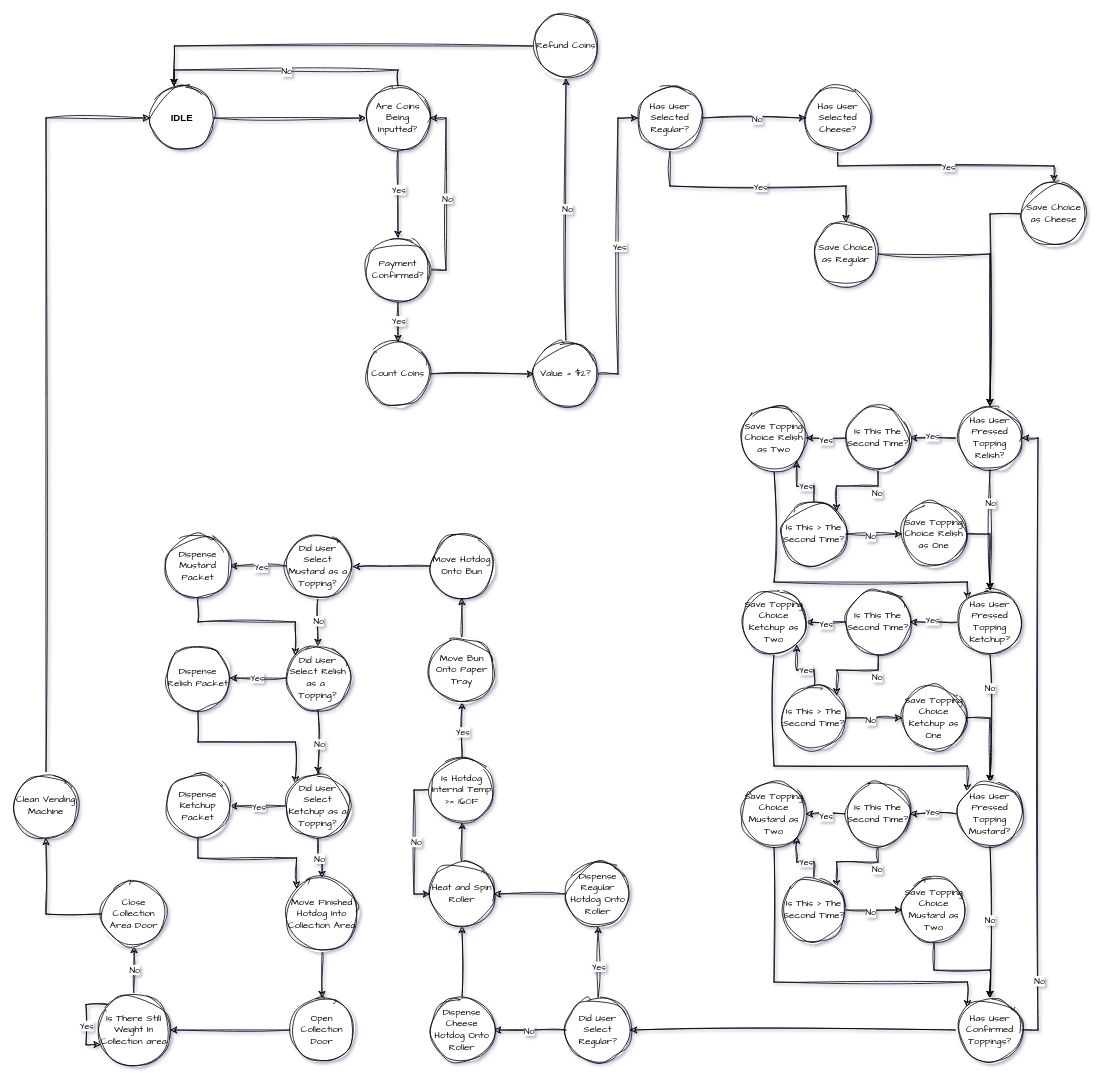
The draw.io diagram FSM.drawio in Hepodon/22204Phoenix, before the edit. Source tidied: cells renumbered, new cells numbered last; positions are measured from the earlier drawing's top-left corner, leaving out a move shared by most shapes. Both pictures are drawn from the tidied source at 80%, with x=0, y=0 at pixel (14, 14).
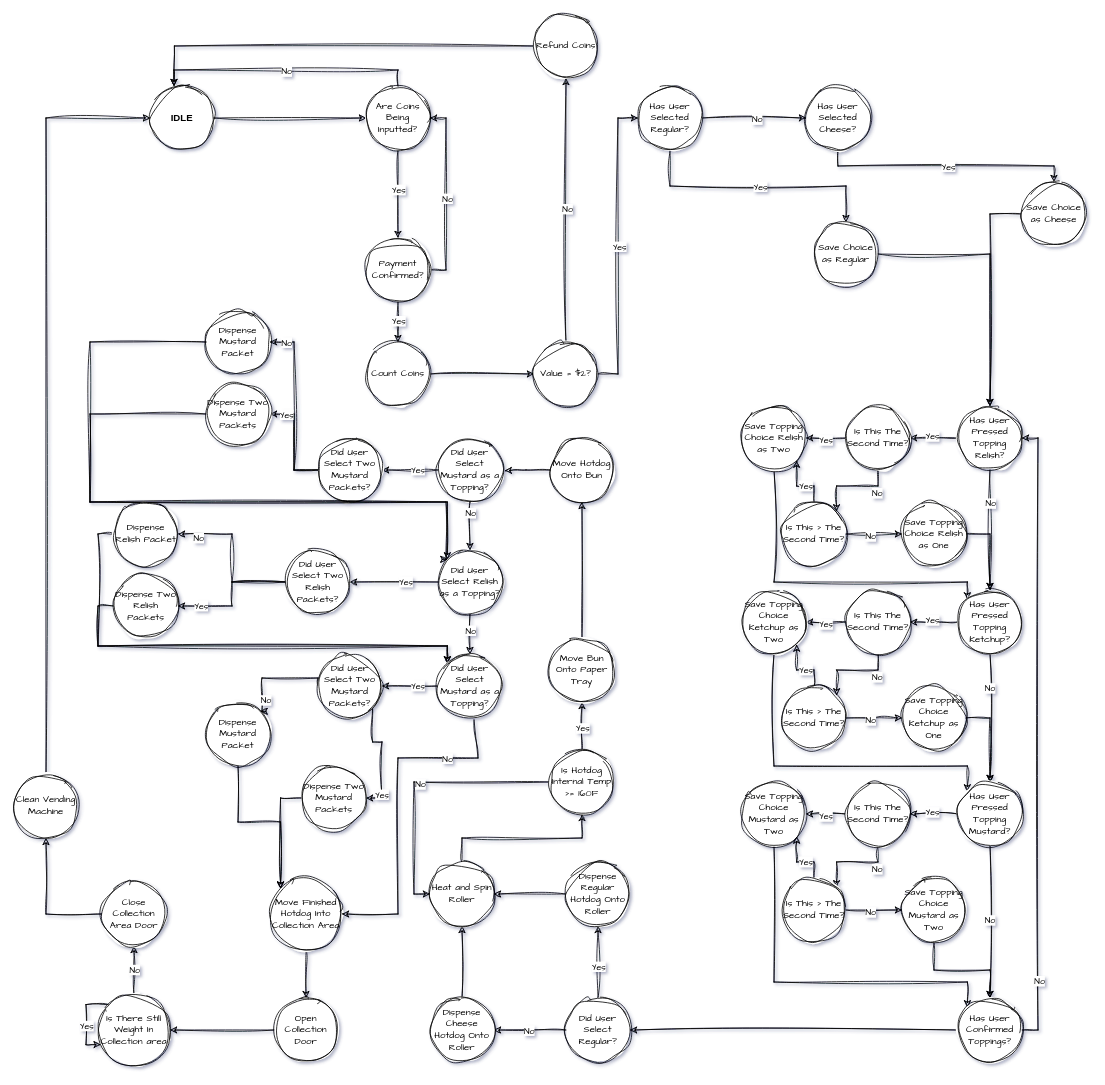
After the change.

What changed in the source:
```diff
@@
     <mxCell id="57" value="Is Hotdog Internal Temp &amp;gt;= 160F" style="ellipse;whiteSpace=wrap;html=1;sketch=1;hachureGap=4;jiggle=2;curveFitting=1;fontFamily=Architects Daughter;" parent="1" vertex="1">
-      <mxGeometry x="520" y="930" width="80" height="80" as="geometry" />
+      <mxGeometry x="670" y="920" width="80" height="80" as="geometry" />
     </mxCell>
@@
     <mxCell id="59" value="Move Bun Onto Paper Tray" style="ellipse;whiteSpace=wrap;html=1;sketch=1;hachureGap=4;jiggle=2;curveFitting=1;fontFamily=Architects Daughter;" parent="1" vertex="1">
-      <mxGeometry x="520" y="780" width="80" height="80" as="geometry" />
+      <mxGeometry x="670" y="780" width="80" height="80" as="geometry" />
     </mxCell>
     <mxCell id="60" value="Move Hotdog Onto Bun" style="ellipse;whiteSpace=wrap;html=1;sketch=1;hachureGap=4;jiggle=2;curveFitting=1;fontFamily=Architects Daughter;" parent="1" vertex="1">
-      <mxGeometry x="520" y="650" width="80" height="80" as="geometry" />
+      <mxGeometry x="670" y="530" width="80" height="80" as="geometry" />
     </mxCell>
-    <mxCell id="61" style="edgeStyle=orthogonalEdgeStyle;rounded=0;sketch=1;hachureGap=4;jiggle=2;curveFitting=1;jettySize=auto;html=1;exitX=0.5;exitY=1;exitDx=0;exitDy=0;fontFamily=Architects Daughter;" parent="1" edge="1" source="65" target="71">
-      <mxGeometry relative="1" as="geometry" />
-    </mxCell>
-    <mxCell id="62" value="No" style="edgeLabel;html=1;align=center;verticalAlign=middle;sketch=1;hachureGap=4;jiggle=2;curveFitting=1;fontFamily=Architects Daughter;" parent="61" vertex="1">
-      <mxGeometry x="-0.07" relative="1" as="geometry" />
-    </mxCell>
-    <mxCell id="63" style="edgeStyle=orthogonalEdgeStyle;rounded=0;sketch=1;hachureGap=4;jiggle=2;curveFitting=1;jettySize=auto;html=1;exitX=0;exitY=0.5;exitDx=0;exitDy=0;entryX=1;entryY=0.5;entryDx=0;entryDy=0;fontFamily=Architects Daughter;" parent="1" edge="1" source="65" target="73">
-      <mxGeometry relative="1" as="geometry" />
-    </mxCell>
-    <mxCell id="64" value="Yes" style="edgeLabel;html=1;align=center;verticalAlign=middle;sketch=1;hachureGap=4;jiggle=2;curveFitting=1;fontFamily=Architects Daughter;" parent="63" vertex="1">
-      <mxGeometry x="-0.1" y="1" relative="1" as="geometry" />
-    </mxCell>
+    <mxCell id="150" style="edgeStyle=orthogonalEdgeStyle;rounded=0;sketch=1;hachureGap=4;jiggle=2;curveFitting=1;jettySize=auto;html=1;exitX=0;exitY=0.5;exitDx=0;exitDy=0;entryX=1;entryY=0.5;entryDx=0;entryDy=0;fontFamily=Architects Daughter;" parent="1" edge="1" source="65" target="156">
+      <mxGeometry relative="1" as="geometry" />
+    </mxCell>
+    <mxCell id="151" value="Yes" style="edgeLabel;html=1;align=center;verticalAlign=middle;sketch=1;hachureGap=4;jiggle=2;curveFitting=1;fontFamily=Architects Daughter;" parent="150" vertex="1">
+      <mxGeometry x="-0.25" y="-1" relative="1" as="geometry" />
+    </mxCell>
     <mxCell id="65" value="Did User Select Mustard as a Topping?" style="ellipse;whiteSpace=wrap;html=1;sketch=1;hachureGap=4;jiggle=2;curveFitting=1;fontFamily=Architects Daughter;" parent="1" vertex="1">
-      <mxGeometry x="340" y="650" width="80" height="80" as="geometry" />
+      <mxGeometry x="530" y="530" width="80" height="80" as="geometry" />
     </mxCell>
@@
-    <mxCell id="67" style="edgeStyle=orthogonalEdgeStyle;rounded=0;sketch=1;hachureGap=4;jiggle=2;curveFitting=1;jettySize=auto;html=1;exitX=0.5;exitY=1;exitDx=0;exitDy=0;entryX=0.5;entryY=0;entryDx=0;entryDy=0;fontFamily=Architects Daughter;" parent="1" edge="1" source="71" target="80">
-      <mxGeometry relative="1" as="geometry" />
-    </mxCell>
-    <mxCell id="68" value="No" style="edgeLabel;html=1;align=center;verticalAlign=middle;sketch=1;hachureGap=4;jiggle=2;curveFitting=1;fontFamily=Architects Daughter;" parent="67" vertex="1">
-      <mxGeometry x="0.06" y="1" relative="1" as="geometry" />
-    </mxCell>
-    <mxCell id="69" style="edgeStyle=orthogonalEdgeStyle;rounded=0;sketch=1;hachureGap=4;jiggle=2;curveFitting=1;jettySize=auto;html=1;exitX=0;exitY=0.5;exitDx=0;exitDy=0;entryX=1;entryY=0.5;entryDx=0;entryDy=0;fontFamily=Architects Daughter;" parent="1" edge="1" source="71" target="75">
-      <mxGeometry relative="1" as="geometry" />
-    </mxCell>
-    <mxCell id="70" value="Yes" style="edgeLabel;html=1;align=center;verticalAlign=middle;sketch=1;hachureGap=4;jiggle=2;curveFitting=1;fontFamily=Architects Daughter;" parent="69" vertex="1">
-      <mxGeometry x="0.07" y="-1" relative="1" as="geometry" />
-    </mxCell>
-    <mxCell id="71" value="Did User Select Relish as a&amp;nbsp;&lt;div&gt;Topping?&lt;/div&gt;" style="ellipse;whiteSpace=wrap;html=1;sketch=1;hachureGap=4;jiggle=2;curveFitting=1;fontFamily=Architects Daughter;" parent="1" vertex="1">
-      <mxGeometry x="340" y="790" width="80" height="80" as="geometry" />
-    </mxCell>
-    <mxCell id="72" style="edgeStyle=orthogonalEdgeStyle;rounded=0;sketch=1;hachureGap=4;jiggle=2;curveFitting=1;jettySize=auto;html=1;exitX=0.5;exitY=1;exitDx=0;exitDy=0;entryX=0;entryY=0;entryDx=0;entryDy=0;fontFamily=Architects Daughter;" parent="1" edge="1" source="73" target="71">
-      <mxGeometry relative="1" as="geometry" />
-    </mxCell>
     <mxCell id="73" value="Dispense Mustard Packet" style="ellipse;whiteSpace=wrap;html=1;sketch=1;hachureGap=4;jiggle=2;curveFitting=1;fontFamily=Architects Daughter;" parent="1" vertex="1">
-      <mxGeometry x="190" y="650" width="80" height="80" as="geometry" />
+      <mxGeometry x="240" y="370" width="80" height="80" as="geometry" />
     </mxCell>
-    <mxCell id="74" style="edgeStyle=orthogonalEdgeStyle;rounded=0;sketch=1;hachureGap=4;jiggle=2;curveFitting=1;jettySize=auto;html=1;exitX=0.5;exitY=1;exitDx=0;exitDy=0;entryX=0;entryY=0;entryDx=0;entryDy=0;fontFamily=Architects Daughter;" parent="1" edge="1" source="75" target="80">
-      <mxGeometry relative="1" as="geometry" />
-    </mxCell>
-    <mxCell id="75" value="Dispense Relish Packet" style="ellipse;whiteSpace=wrap;html=1;sketch=1;hachureGap=4;jiggle=2;curveFitting=1;fontFamily=Architects Daughter;" parent="1" vertex="1">
-      <mxGeometry x="190" y="790" width="80" height="80" as="geometry" />
-    </mxCell>
-    <mxCell id="76" style="edgeStyle=orthogonalEdgeStyle;rounded=0;sketch=1;hachureGap=4;jiggle=2;curveFitting=1;jettySize=auto;html=1;exitX=0;exitY=0.5;exitDx=0;exitDy=0;entryX=1;entryY=0.5;entryDx=0;entryDy=0;fontFamily=Architects Daughter;" parent="1" edge="1" source="80" target="82">
-      <mxGeometry relative="1" as="geometry" />
-    </mxCell>
-    <mxCell id="77" value="Yes" style="edgeLabel;html=1;align=center;verticalAlign=middle;sketch=1;hachureGap=4;jiggle=2;curveFitting=1;fontFamily=Architects Daughter;" parent="76" vertex="1">
-      <mxGeometry relative="1" as="geometry" />
-    </mxCell>
-    <mxCell id="78" style="edgeStyle=orthogonalEdgeStyle;rounded=0;sketch=1;hachureGap=4;jiggle=2;curveFitting=1;jettySize=auto;html=1;exitX=0.5;exitY=1;exitDx=0;exitDy=0;entryX=0.5;entryY=0;entryDx=0;entryDy=0;fontFamily=Architects Daughter;" parent="1" edge="1" source="80" target="84">
-      <mxGeometry relative="1" as="geometry" />
-    </mxCell>
-    <mxCell id="79" value="No" style="edgeLabel;html=1;align=center;verticalAlign=middle;sketch=1;hachureGap=4;jiggle=2;curveFitting=1;fontFamily=Architects Daughter;" parent="78" vertex="1">
-      <mxGeometry x="-0.06" relative="1" as="geometry" />
-    </mxCell>
-    <mxCell id="80" value="Did User Select Ketchup as a Topping?" style="ellipse;whiteSpace=wrap;html=1;sketch=1;hachureGap=4;jiggle=2;curveFitting=1;fontFamily=Architects Daughter;" parent="1" vertex="1">
-      <mxGeometry x="340" y="950" width="80" height="80" as="geometry" />
-    </mxCell>
-    <mxCell id="81" style="edgeStyle=orthogonalEdgeStyle;rounded=0;sketch=1;hachureGap=4;jiggle=2;curveFitting=1;jettySize=auto;html=1;exitX=0.5;exitY=1;exitDx=0;exitDy=0;entryX=0;entryY=0;entryDx=0;entryDy=0;fontFamily=Architects Daughter;" parent="1" edge="1" source="82" target="84">
-      <mxGeometry relative="1" as="geometry" />
-    </mxCell>
-    <mxCell id="82" value="Dispense Ketchup Packet" style="ellipse;whiteSpace=wrap;html=1;sketch=1;hachureGap=4;jiggle=2;curveFitting=1;fontFamily=Architects Daughter;" parent="1" vertex="1">
-      <mxGeometry x="190" y="950" width="80" height="80" as="geometry" />
-    </mxCell>
@@
     <mxCell id="84" value="Move Finished Hotdog Into Collection Area" style="ellipse;whiteSpace=wrap;html=1;sketch=1;hachureGap=4;jiggle=2;curveFitting=1;fontFamily=Architects Daughter;" parent="1" vertex="1">
-      <mxGeometry x="340" y="1080" width="90" height="90" as="geometry" />
+      <mxGeometry x="320" y="1080" width="90" height="90" as="geometry" />
     </mxCell>
@@
     <mxCell id="86" value="Open Collection Door" style="ellipse;whiteSpace=wrap;html=1;sketch=1;hachureGap=4;jiggle=2;curveFitting=1;fontFamily=Architects Daughter;" parent="1" vertex="1">
-      <mxGeometry x="345" y="1230" width="80" height="80" as="geometry" />
+      <mxGeometry x="325" y="1230" width="80" height="80" as="geometry" />
     </mxCell>
@@
+    <mxCell id="152" style="edgeStyle=orthogonalEdgeStyle;rounded=0;sketch=1;hachureGap=4;jiggle=2;curveFitting=1;jettySize=auto;html=1;exitX=0;exitY=0.5;exitDx=0;exitDy=0;entryX=1;entryY=0.5;entryDx=0;entryDy=0;fontFamily=Architects Daughter;" parent="1" edge="1" source="156" target="73">
+      <mxGeometry relative="1" as="geometry" />
+    </mxCell>
+    <mxCell id="153" value="No" style="edgeLabel;html=1;align=center;verticalAlign=middle;sketch=1;hachureGap=4;jiggle=2;curveFitting=1;fontFamily=Architects Daughter;" parent="152" vertex="1">
+      <mxGeometry x="0.74" y="4" relative="1" as="geometry">
+        <mxPoint x="-9" y="-4" as="offset" />
+      </mxGeometry>
+    </mxCell>
+    <mxCell id="154" style="edgeStyle=orthogonalEdgeStyle;rounded=0;sketch=1;hachureGap=4;jiggle=2;curveFitting=1;jettySize=auto;html=1;exitX=0;exitY=0.5;exitDx=0;exitDy=0;entryX=1;entryY=0.5;entryDx=0;entryDy=0;fontFamily=Architects Daughter;" parent="1" edge="1" source="156" target="158">
+      <mxGeometry relative="1" as="geometry" />
+    </mxCell>
+    <mxCell id="155" value="Yes" style="edgeLabel;html=1;align=center;verticalAlign=middle;sketch=1;hachureGap=4;jiggle=2;curveFitting=1;fontFamily=Architects Daughter;" parent="154" vertex="1">
+      <mxGeometry x="0.66" y="-1" relative="1" as="geometry">
+        <mxPoint x="-2" y="1" as="offset" />
+      </mxGeometry>
+    </mxCell>
+    <mxCell id="156" value="Did User Select Two Mustard Packets?" style="ellipse;whiteSpace=wrap;html=1;sketch=1;hachureGap=4;jiggle=2;curveFitting=1;fontFamily=Architects Daughter;" parent="1" vertex="1">
+      <mxGeometry x="380" y="530" width="80" height="80" as="geometry" />
+    </mxCell>
+    <mxCell id="157" style="edgeStyle=orthogonalEdgeStyle;rounded=0;sketch=1;hachureGap=4;jiggle=2;curveFitting=1;jettySize=auto;html=1;exitX=0;exitY=0.5;exitDx=0;exitDy=0;fontFamily=Architects Daughter;entryX=0;entryY=0;entryDx=0;entryDy=0;" parent="1" edge="1" source="158" target="71">
+      <mxGeometry relative="1" as="geometry">
+        <Array as="points">
+          <mxPoint x="95" y="500" />
+          <mxPoint x="95" y="610" />
+          <mxPoint x="542" y="610" />
+        </Array>
+      </mxGeometry>
+    </mxCell>
+    <mxCell id="158" value="Dispense Two Mustard Packets" style="ellipse;whiteSpace=wrap;html=1;sketch=1;hachureGap=4;jiggle=2;curveFitting=1;fontFamily=Architects Daughter;" parent="1" vertex="1">
+      <mxGeometry x="240" y="460" width="80" height="80" as="geometry" />
+    </mxCell>
+    <mxCell id="159" style="edgeStyle=orthogonalEdgeStyle;rounded=0;sketch=1;hachureGap=4;jiggle=2;curveFitting=1;jettySize=auto;html=1;exitX=0;exitY=0.5;exitDx=0;exitDy=0;entryX=1;entryY=0.5;entryDx=0;entryDy=0;fontFamily=Architects Daughter;" parent="1" edge="1" source="71" target="168">
+      <mxGeometry relative="1" as="geometry" />
+    </mxCell>
+    <mxCell id="160" value="Yes" style="edgeLabel;html=1;align=center;verticalAlign=middle;sketch=1;hachureGap=4;jiggle=2;curveFitting=1;fontFamily=Architects Daughter;" parent="159" vertex="1">
+      <mxGeometry x="-0.25" y="-1" relative="1" as="geometry" />
+    </mxCell>
+    <mxCell id="161" style="edgeStyle=orthogonalEdgeStyle;rounded=0;sketch=1;hachureGap=4;jiggle=2;curveFitting=1;jettySize=auto;html=1;exitX=0.5;exitY=1;exitDx=0;exitDy=0;fontFamily=Architects Daughter;" parent="1" edge="1" source="71" target="173">
+      <mxGeometry relative="1" as="geometry" />
+    </mxCell>
+    <mxCell id="162" value="No" style="edgeLabel;html=1;align=center;verticalAlign=middle;sketch=1;hachureGap=4;jiggle=2;curveFitting=1;fontFamily=Architects Daughter;" parent="161" vertex="1">
+      <mxGeometry x="0.16" y="-1" relative="1" as="geometry">
+        <mxPoint x="1" y="-9" as="offset" />
+      </mxGeometry>
+    </mxCell>
+    <mxCell id="71" value="Did User Select Relish as a Topping?" style="ellipse;whiteSpace=wrap;html=1;sketch=1;hachureGap=4;jiggle=2;curveFitting=1;fontFamily=Architects Daughter;" parent="1" vertex="1">
+      <mxGeometry x="530" y="670" width="80" height="80" as="geometry" />
+    </mxCell>
+    <mxCell id="163" style="edgeStyle=orthogonalEdgeStyle;rounded=0;sketch=1;hachureGap=4;jiggle=2;curveFitting=1;jettySize=auto;html=1;exitX=0;exitY=0.5;exitDx=0;exitDy=0;fontFamily=Architects Daughter;entryX=0;entryY=0;entryDx=0;entryDy=0;" parent="1" edge="1" source="75" target="173">
+      <mxGeometry relative="1" as="geometry">
+        <Array as="points">
+          <mxPoint x="105" y="650" />
+          <mxPoint x="105" y="790" />
+          <mxPoint x="542" y="790" />
+        </Array>
+      </mxGeometry>
+    </mxCell>
+    <mxCell id="75" value="Dispense Relish Packet" style="ellipse;whiteSpace=wrap;html=1;sketch=1;hachureGap=4;jiggle=2;curveFitting=1;fontFamily=Architects Daughter;" parent="1" vertex="1">
+      <mxGeometry x="125" y="610" width="80" height="80" as="geometry" />
+    </mxCell>
+    <mxCell id="164" style="edgeStyle=orthogonalEdgeStyle;rounded=0;sketch=1;hachureGap=4;jiggle=2;curveFitting=1;jettySize=auto;html=1;exitX=0;exitY=0.5;exitDx=0;exitDy=0;entryX=1;entryY=0.5;entryDx=0;entryDy=0;fontFamily=Architects Daughter;" parent="1" edge="1" source="168" target="75">
+      <mxGeometry relative="1" as="geometry" />
+    </mxCell>
+    <mxCell id="165" value="No" style="edgeLabel;html=1;align=center;verticalAlign=middle;sketch=1;hachureGap=4;jiggle=2;curveFitting=1;fontFamily=Architects Daughter;" parent="164" vertex="1">
+      <mxGeometry x="0.74" y="4" relative="1" as="geometry" />
+    </mxCell>
+    <mxCell id="166" style="edgeStyle=orthogonalEdgeStyle;rounded=0;sketch=1;hachureGap=4;jiggle=2;curveFitting=1;jettySize=auto;html=1;exitX=0;exitY=0.5;exitDx=0;exitDy=0;entryX=1;entryY=0.5;entryDx=0;entryDy=0;fontFamily=Architects Daughter;" parent="1" edge="1" source="168" target="170">
+      <mxGeometry relative="1" as="geometry" />
+    </mxCell>
+    <mxCell id="167" value="Yes" style="edgeLabel;html=1;align=center;verticalAlign=middle;sketch=1;hachureGap=4;jiggle=2;curveFitting=1;fontFamily=Architects Daughter;" parent="166" vertex="1">
+      <mxGeometry x="0.66" y="-1" relative="1" as="geometry" />
+    </mxCell>
+    <mxCell id="168" value="Did User Select Two Relish Packets?" style="ellipse;whiteSpace=wrap;html=1;sketch=1;hachureGap=4;jiggle=2;curveFitting=1;fontFamily=Architects Daughter;" parent="1" vertex="1">
+      <mxGeometry x="340" y="670" width="80" height="80" as="geometry" />
+    </mxCell>
+    <mxCell id="169" style="edgeStyle=orthogonalEdgeStyle;rounded=0;sketch=1;hachureGap=4;jiggle=2;curveFitting=1;jettySize=auto;html=1;exitX=0;exitY=0.5;exitDx=0;exitDy=0;fontFamily=Architects Daughter;entryX=0;entryY=0;entryDx=0;entryDy=0;" parent="1" edge="1" source="170" target="173">
+      <mxGeometry relative="1" as="geometry">
+        <Array as="points">
+          <mxPoint x="105" y="740" />
+          <mxPoint x="105" y="790" />
+          <mxPoint x="542" y="790" />
+        </Array>
+      </mxGeometry>
+    </mxCell>
+    <mxCell id="170" value="Dispense Two Relish Packets" style="ellipse;whiteSpace=wrap;html=1;sketch=1;hachureGap=4;jiggle=2;curveFitting=1;fontFamily=Architects Daughter;" parent="1" vertex="1">
+      <mxGeometry x="125" y="700" width="80" height="80" as="geometry" />
+    </mxCell>
+    <mxCell id="171" style="edgeStyle=orthogonalEdgeStyle;rounded=0;sketch=1;hachureGap=4;jiggle=2;curveFitting=1;jettySize=auto;html=1;exitX=0;exitY=0.5;exitDx=0;exitDy=0;entryX=1;entryY=0.5;entryDx=0;entryDy=0;fontFamily=Architects Daughter;" parent="1" edge="1" source="173" target="180">
+      <mxGeometry relative="1" as="geometry" />
+    </mxCell>
+    <mxCell id="172" value="Yes" style="edgeLabel;html=1;align=center;verticalAlign=middle;sketch=1;hachureGap=4;jiggle=2;curveFitting=1;fontFamily=Architects Daughter;" parent="171" vertex="1">
+      <mxGeometry x="-0.25" y="-1" relative="1" as="geometry" />
+    </mxCell>
+    <mxCell id="173" value="Did User Select Mustard as a Topping?" style="ellipse;whiteSpace=wrap;html=1;sketch=1;hachureGap=4;jiggle=2;curveFitting=1;fontFamily=Architects Daughter;" parent="1" vertex="1">
+      <mxGeometry x="530" y="800" width="80" height="80" as="geometry" />
+    </mxCell>
+    <mxCell id="174" style="edgeStyle=orthogonalEdgeStyle;rounded=0;sketch=1;hachureGap=4;jiggle=2;curveFitting=1;jettySize=auto;html=1;exitX=0.5;exitY=1;exitDx=0;exitDy=0;entryX=0;entryY=0;entryDx=0;entryDy=0;fontFamily=Architects Daughter;" parent="1" edge="1" source="175" target="84">
+      <mxGeometry relative="1" as="geometry" />
+    </mxCell>
+    <mxCell id="175" value="Dispense Mustard Packet" style="ellipse;whiteSpace=wrap;html=1;sketch=1;hachureGap=4;jiggle=2;curveFitting=1;fontFamily=Architects Daughter;" parent="1" vertex="1">
+      <mxGeometry x="240" y="860" width="80" height="80" as="geometry" />
+    </mxCell>
+    <mxCell id="176" style="edgeStyle=orthogonalEdgeStyle;rounded=0;sketch=1;hachureGap=4;jiggle=2;curveFitting=1;jettySize=auto;html=1;exitX=0;exitY=0.5;exitDx=0;exitDy=0;entryX=1;entryY=0;entryDx=0;entryDy=0;fontFamily=Architects Daughter;" parent="1" edge="1" source="180" target="175">
+      <mxGeometry relative="1" as="geometry">
+        <Array as="points">
+          <mxPoint x="310" y="830" />
+          <mxPoint x="310" y="872" />
+        </Array>
+      </mxGeometry>
+    </mxCell>
+    <mxCell id="177" value="No" style="edgeLabel;html=1;align=center;verticalAlign=middle;sketch=1;hachureGap=4;jiggle=2;curveFitting=1;fontFamily=Architects Daughter;" parent="176" vertex="1">
+      <mxGeometry x="0.74" y="4" relative="1" as="geometry" />
+    </mxCell>
+    <mxCell id="178" style="edgeStyle=orthogonalEdgeStyle;rounded=0;sketch=1;hachureGap=4;jiggle=2;curveFitting=1;jettySize=auto;html=1;exitX=1;exitY=1;exitDx=0;exitDy=0;entryX=1;entryY=0.5;entryDx=0;entryDy=0;fontFamily=Architects Daughter;" parent="1" edge="1" source="180" target="182">
+      <mxGeometry relative="1" as="geometry" />
+    </mxCell>
+    <mxCell id="179" value="Yes" style="edgeLabel;html=1;align=center;verticalAlign=middle;sketch=1;hachureGap=4;jiggle=2;curveFitting=1;fontFamily=Architects Daughter;" parent="178" vertex="1">
+      <mxGeometry x="0.66" y="-1" relative="1" as="geometry" />
+    </mxCell>
+    <mxCell id="180" value="Did User Select Two Mustard Packets?" style="ellipse;whiteSpace=wrap;html=1;sketch=1;hachureGap=4;jiggle=2;curveFitting=1;fontFamily=Architects Daughter;" parent="1" vertex="1">
+      <mxGeometry x="380" y="800" width="80" height="80" as="geometry" />
+    </mxCell>
+    <mxCell id="181" style="edgeStyle=orthogonalEdgeStyle;rounded=0;sketch=1;hachureGap=4;jiggle=2;curveFitting=1;jettySize=auto;html=1;exitX=0;exitY=0.5;exitDx=0;exitDy=0;fontFamily=Architects Daughter;entryX=0;entryY=0;entryDx=0;entryDy=0;" parent="1" edge="1" source="182" target="84">
+      <mxGeometry relative="1" as="geometry" />
+    </mxCell>
+    <mxCell id="182" value="Dispense Two Mustard Packets" style="ellipse;whiteSpace=wrap;html=1;sketch=1;hachureGap=4;jiggle=2;curveFitting=1;fontFamily=Architects Daughter;" parent="1" vertex="1">
+      <mxGeometry x="360" y="940" width="80" height="80" as="geometry" />
+    </mxCell>
+    <mxCell id="183" style="endArrow=classic;html=1;rounded=0;sketch=1;hachureGap=4;jiggle=2;curveFitting=1;fontFamily=Architects Daughter;exitX=0.563;exitY=1.028;exitDx=0;exitDy=0;exitPerimeter=0;entryX=1;entryY=0.5;entryDx=0;entryDy=0;" parent="1" edge="1" source="173" target="84">
+      <mxGeometry relative="1" as="geometry">
+        <Array as="points">
+          <mxPoint x="580" y="930" />
+          <mxPoint x="480" y="930" />
+          <mxPoint x="480" y="1125" />
+        </Array>
+      </mxGeometry>
+    </mxCell>
+    <mxCell id="184" value="No" style="edgeLabel;html=1;align=center;verticalAlign=middle;sketch=1;hachureGap=4;jiggle=2;curveFitting=1;fontFamily=Architects Daughter;" parent="183" vertex="1">
+      <mxGeometry x="-0.58" relative="1" as="geometry" />
+    </mxCell>
+    <mxCell id="61" style="edgeStyle=orthogonalEdgeStyle;rounded=0;sketch=1;hachureGap=4;jiggle=2;curveFitting=1;jettySize=auto;html=1;exitX=0.5;exitY=1;exitDx=0;exitDy=0;entryX=0.5;entryY=0;entryDx=0;entryDy=0;fontFamily=Architects Daughter;" parent="1" edge="1" source="65" target="71">
+      <mxGeometry relative="1" as="geometry" />
+    </mxCell>
+    <mxCell id="185" value="No" style="edgeLabel;html=1;align=center;verticalAlign=middle;sketch=1;hachureGap=4;jiggle=2;curveFitting=1;fontFamily=Architects Daughter;" parent="61" vertex="1">
+      <mxGeometry x="-0.56" relative="1" as="geometry" />
+    </mxCell>
+    <mxCell id="72" style="edgeStyle=orthogonalEdgeStyle;rounded=0;sketch=1;hachureGap=4;jiggle=2;curveFitting=1;jettySize=auto;html=1;exitX=0;exitY=0.5;exitDx=0;exitDy=0;fontFamily=Architects Daughter;entryX=0;entryY=0;entryDx=0;entryDy=0;" parent="1" edge="1" source="73" target="71">
+      <mxGeometry relative="1" as="geometry">
+        <Array as="points">
+          <mxPoint x="95" y="410" />
+          <mxPoint x="95" y="610" />
+          <mxPoint x="540" y="610" />
+          <mxPoint x="540" y="682" />
+        </Array>
+      </mxGeometry>
+    </mxCell>
```
